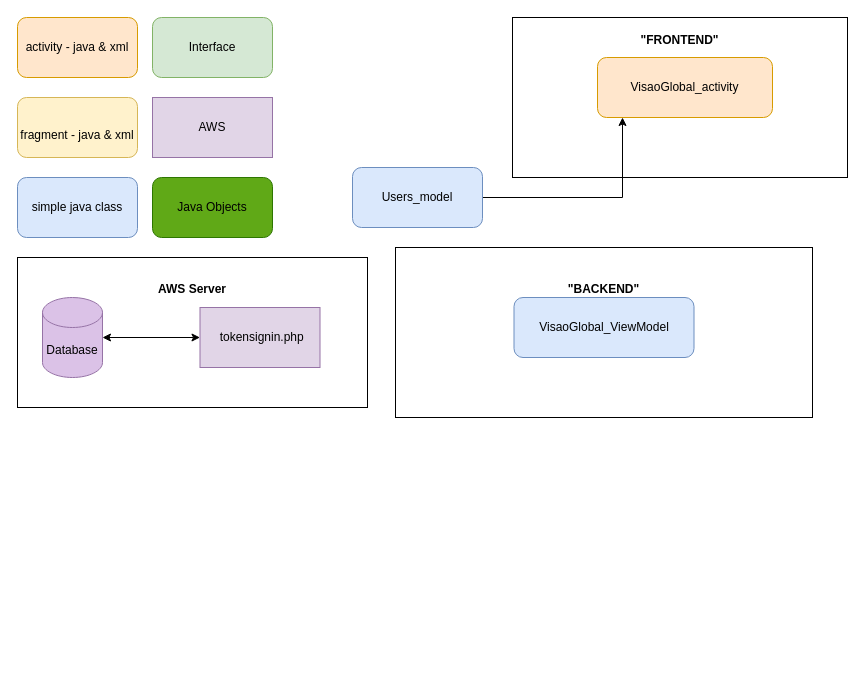
Earlier version of the draw.io diagram page "Overview" (2 of 10) of Untitled Diagram.drawio (BenBladow/rw_android_uml). Source tidied: cells renumbered, new cells numbered last; positions are measured from the earlier drawing's top-left corner, leaving out a move shared by most shapes. Both pictures are drawn from the tidied source at 100%, with x=0, y=0 at pixel (17, 17).
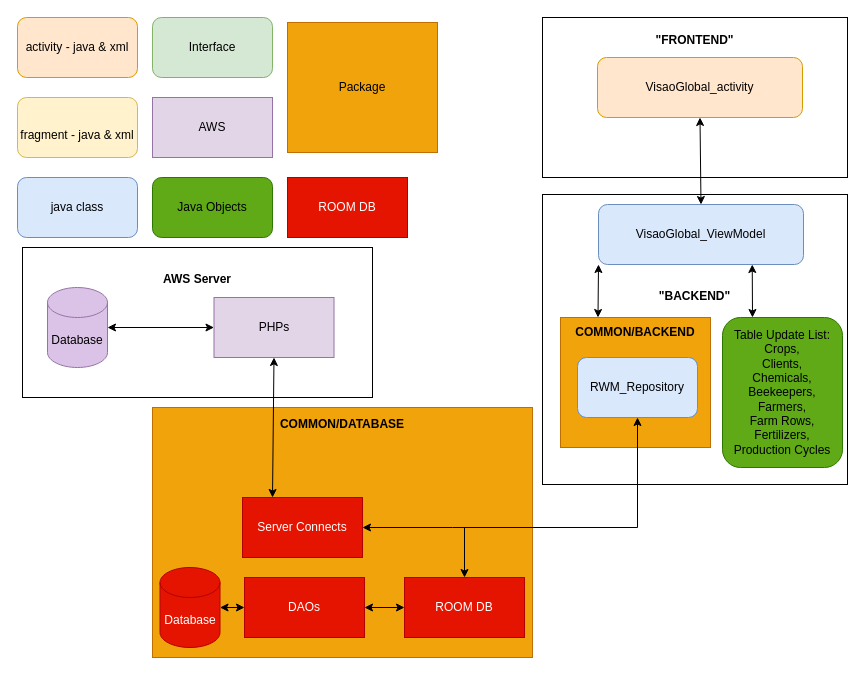
After the change.

Commit message:
22JAN2024 Ben: Added Visao Global UML

What changed in the source:
```diff
@@
     <mxCell id="2" value="&lt;div&gt;&lt;b&gt;&quot;FRONTEND&quot;&lt;/b&gt;&lt;/div&gt;&lt;div&gt;&lt;b&gt;&lt;br&gt;&lt;/b&gt;&lt;/div&gt;&lt;div&gt;&lt;b&gt;&lt;br&gt;&lt;/b&gt;&lt;/div&gt;&lt;div&gt;&lt;b&gt;&lt;br&gt;&lt;/b&gt;&lt;/div&gt;&lt;div&gt;&lt;b&gt;&lt;br&gt;&lt;/b&gt;&lt;/div&gt;&lt;div&gt;&lt;b&gt;&lt;br&gt;&lt;/b&gt;&lt;/div&gt;&lt;div&gt;&lt;b&gt;&lt;br&gt;&lt;/b&gt;&lt;/div&gt;&lt;div&gt;&lt;b&gt;&lt;br&gt;&lt;/b&gt;&lt;/div&gt;&lt;div&gt;&lt;b&gt;&lt;br&gt;&lt;/b&gt;&lt;/div&gt;" style="rounded=0;whiteSpace=wrap;html=1;" parent="1" vertex="1">
-      <mxGeometry x="495" width="335" height="160" as="geometry" />
+      <mxGeometry x="525" width="305" height="160" as="geometry" />
     </mxCell>
     <mxCell id="3" value="&lt;b&gt;&quot;BACKEND&quot;&lt;br&gt;&lt;/b&gt;&lt;div&gt;&lt;b&gt;&lt;br&gt;&lt;/b&gt;&lt;/div&gt;&lt;div&gt;&lt;b&gt;&lt;br&gt;&lt;/b&gt;&lt;/div&gt;&lt;div&gt;&lt;b&gt;&lt;br&gt;&lt;/b&gt;&lt;/div&gt;&lt;div&gt;&lt;b&gt;&lt;br&gt;&lt;/b&gt;&lt;/div&gt;&lt;div&gt;&lt;b&gt;&lt;br&gt;&lt;/b&gt;&lt;/div&gt;&lt;div&gt;&lt;b&gt;&lt;br&gt;&lt;/b&gt;&lt;/div&gt;" style="rounded=0;whiteSpace=wrap;html=1;" parent="1" vertex="1">
-      <mxGeometry x="378" y="230" width="417" height="170" as="geometry" />
+      <mxGeometry x="525" y="177" width="305" height="290" as="geometry" />
     </mxCell>
     <mxCell id="4" value="&lt;div&gt;&lt;b&gt;AWS Server&lt;/b&gt;&lt;/div&gt;&lt;div&gt;&lt;b&gt;&lt;br&gt;&lt;/b&gt;&lt;/div&gt;&lt;div&gt;&lt;b&gt;&lt;br&gt;&lt;/b&gt;&lt;/div&gt;&lt;div&gt;&lt;b&gt;&lt;br&gt;&lt;/b&gt;&lt;/div&gt;&lt;div&gt;&lt;b&gt;&lt;br&gt;&lt;/b&gt;&lt;/div&gt;&lt;div&gt;&lt;b&gt;&lt;br&gt;&lt;/b&gt;&lt;/div&gt;&lt;div&gt;&lt;b&gt;&lt;br&gt;&lt;/b&gt;&lt;/div&gt;" style="rounded=0;whiteSpace=wrap;html=1;" parent="1" vertex="1">
-      <mxGeometry y="240" width="350" height="150" as="geometry" />
+      <mxGeometry x="5" y="230" width="350" height="150" as="geometry" />
     </mxCell>
-    <mxCell id="5" style="edgeStyle=orthogonalEdgeStyle;rounded=0;jettySize=auto;html=1;exitX=1;exitY=0.5;exitDx=0;exitDy=0;" parent="1" edge="1" source="6" target="7">
-      <mxGeometry relative="1" as="geometry">
-        <Array as="points">
-          <mxPoint x="605" y="180" />
-        </Array>
-      </mxGeometry>
-    </mxCell>
-    <mxCell id="6" value="&lt;div&gt;Users_model&lt;/div&gt;" style="rounded=1;whiteSpace=wrap;html=1;fillColor=#dae8fc;strokeColor=#6c8ebf;" parent="1" vertex="1">
-      <mxGeometry x="335" y="150" width="130" height="60" as="geometry" />
-    </mxCell>
     <mxCell id="7" value="&lt;div&gt;VisaoGlobal_activity&lt;/div&gt;" style="rounded=1;whiteSpace=wrap;html=1;fillColor=#ffe6cc;strokeColor=#d79b00;" parent="1" vertex="1">
-      <mxGeometry x="580" y="40" width="175" height="60" as="geometry" />
+      <mxGeometry x="580" y="40" width="205" height="60" as="geometry" />
     </mxCell>
     <mxCell id="8" value="VisaoGlobal_ViewModel" style="rounded=1;whiteSpace=wrap;html=1;fillColor=#dae8fc;strokeColor=#6c8ebf;" parent="1" vertex="1">
-      <mxGeometry x="496.5" y="280" width="180" height="60" as="geometry" />
+      <mxGeometry x="581" y="187" width="205" height="60" as="geometry" />
     </mxCell>
-    <mxCell id="9" value="&amp;nbsp;tokensignin.php" style="rounded=0;whiteSpace=wrap;html=1;fillColor=#e1d5e7;strokeColor=#9673a6;" parent="1" vertex="1">
-      <mxGeometry x="182.5" y="290" width="120" height="60" as="geometry" />
+    <mxCell id="9" value="PHPs" style="rounded=0;whiteSpace=wrap;html=1;fillColor=#e1d5e7;strokeColor=#9673a6;" parent="1" vertex="1">
+      <mxGeometry x="196.5" y="280" width="120" height="60" as="geometry" />
     </mxCell>
@@
-    <mxCell id="12" value="simple java class" style="rounded=1;whiteSpace=wrap;html=1;fillColor=#dae8fc;strokeColor=#6c8ebf;" parent="1" vertex="1">
+    <mxCell id="12" value="java class" style="rounded=1;whiteSpace=wrap;html=1;fillColor=#dae8fc;strokeColor=#6c8ebf;" parent="1" vertex="1">
       <mxGeometry y="160" width="120" height="60" as="geometry" />
     </mxCell>
@@
     <mxCell id="15" value="Database" style="shape=cylinder3;whiteSpace=wrap;html=1;boundedLbl=1;backgroundOutline=1;size=15;fillColor=#DBC2E7;strokeColor=#9673a6;" parent="1" vertex="1">
-      <mxGeometry x="25" y="280" width="60" height="80" as="geometry" />
+      <mxGeometry x="30" y="270" width="60" height="80" as="geometry" />
     </mxCell>
@@
+    <mxCell id="18" value="&lt;div&gt;&lt;font color=&quot;#000000&quot;&gt;Table Update List:&lt;/font&gt;&lt;/div&gt;&lt;div&gt;&lt;font color=&quot;#000000&quot;&gt;Crops,&lt;/font&gt;&lt;/div&gt;&lt;div&gt;&lt;font color=&quot;#000000&quot;&gt;Clients,&lt;/font&gt;&lt;/div&gt;&lt;div&gt;&lt;font color=&quot;#000000&quot;&gt;Chemicals,&lt;/font&gt;&lt;/div&gt;&lt;div&gt;&lt;font color=&quot;#000000&quot;&gt;Beekeepers,&lt;/font&gt;&lt;/div&gt;&lt;div&gt;&lt;font color=&quot;#000000&quot;&gt;Farmers,&lt;/font&gt;&lt;/div&gt;&lt;div&gt;&lt;font color=&quot;#000000&quot;&gt;Farm Rows,&lt;/font&gt;&lt;/div&gt;&lt;div&gt;&lt;font color=&quot;#000000&quot;&gt;Fertilizers,&lt;/font&gt;&lt;/div&gt;&lt;div&gt;&lt;font color=&quot;#000000&quot;&gt;Production Cycles&lt;br&gt;&lt;/font&gt;&lt;/div&gt;" style="rounded=1;whiteSpace=wrap;html=1;fillColor=#60a917;strokeColor=#2D7600;fontColor=#ffffff;" parent="1" vertex="1">
+      <mxGeometry x="705" y="300" width="120" height="150" as="geometry" />
+    </mxCell>
+    <mxCell id="19" value="&lt;div&gt;&lt;b&gt;COMMON/DATABASE&lt;br&gt;&lt;/b&gt;&lt;/div&gt;&lt;div&gt;&lt;b&gt;&lt;br&gt;&lt;/b&gt;&lt;/div&gt;&lt;div&gt;&lt;b&gt;&lt;br&gt;&lt;/b&gt;&lt;/div&gt;&lt;div&gt;&lt;b&gt;&lt;br&gt;&lt;/b&gt;&lt;/div&gt;&lt;div&gt;&lt;b&gt;&lt;br&gt;&lt;/b&gt;&lt;/div&gt;&lt;div&gt;&lt;b&gt;&lt;br&gt;&lt;/b&gt;&lt;/div&gt;&lt;div&gt;&lt;b&gt;&lt;br&gt;&lt;/b&gt;&lt;/div&gt;&lt;div&gt;&lt;br&gt;&lt;/div&gt;&lt;div&gt;&lt;br&gt;&lt;/div&gt;&lt;div&gt;&lt;br&gt;&lt;/div&gt;&lt;div&gt;&lt;br&gt;&lt;/div&gt;&lt;div&gt;&lt;br&gt;&lt;/div&gt;&lt;div&gt;&lt;br&gt;&lt;/div&gt;&lt;div&gt;&lt;br&gt;&lt;/div&gt;&lt;div&gt;&lt;br&gt;&lt;/div&gt;&lt;div&gt;&lt;br&gt;&lt;/div&gt;" style="rounded=0;whiteSpace=wrap;html=1;fillColor=#f0a30a;strokeColor=#BD7000;fontColor=#000000;" parent="1" vertex="1">
+      <mxGeometry x="135" y="390" width="380" height="250" as="geometry" />
+    </mxCell>
+    <mxCell id="20" value="Package" style="rounded=0;whiteSpace=wrap;html=1;fillColor=#f0a30a;strokeColor=#BD7000;fontColor=#000000;" parent="1" vertex="1">
+      <mxGeometry x="270" y="5" width="150" height="130" as="geometry" />
+    </mxCell>
+    <mxCell id="21" value="Database" style="shape=cylinder3;whiteSpace=wrap;html=1;boundedLbl=1;backgroundOutline=1;size=15;fillColor=#e51400;strokeColor=#B20000;fontColor=#ffffff;" parent="1" vertex="1">
+      <mxGeometry x="142.5" y="550" width="60" height="80" as="geometry" />
+    </mxCell>
+    <mxCell id="22" value="ROOM DB" style="rounded=0;whiteSpace=wrap;html=1;fillColor=#e51400;strokeColor=#B20000;fontColor=#ffffff;" parent="1" vertex="1">
+      <mxGeometry x="270" y="160" width="120" height="60" as="geometry" />
+    </mxCell>
+    <mxCell id="23" value="DAOs" style="rounded=0;whiteSpace=wrap;html=1;fillColor=#e51400;strokeColor=#B20000;fontColor=#ffffff;" parent="1" vertex="1">
+      <mxGeometry x="227" y="560" width="120" height="60" as="geometry" />
+    </mxCell>
+    <mxCell id="24" value="ROOM DB" style="rounded=0;whiteSpace=wrap;html=1;fillColor=#e51400;strokeColor=#B20000;fontColor=#ffffff;" parent="1" vertex="1">
+      <mxGeometry x="387" y="560" width="120" height="60" as="geometry" />
+    </mxCell>
+    <mxCell id="25" value="Server Connects" style="rounded=0;whiteSpace=wrap;html=1;fillColor=#e51400;strokeColor=#B20000;fontColor=#ffffff;" parent="1" vertex="1">
+      <mxGeometry x="225" y="480" width="120" height="60" as="geometry" />
+    </mxCell>
+    <mxCell id="26" value="&lt;div&gt;&lt;b&gt;COMMON/BACKEND&lt;/b&gt;&lt;/div&gt;&lt;div&gt;&lt;b&gt;&lt;br&gt;&lt;/b&gt;&lt;/div&gt;&lt;div&gt;&lt;b&gt;&lt;br&gt;&lt;/b&gt;&lt;/div&gt;&lt;div&gt;&lt;b&gt;&lt;br&gt;&lt;/b&gt;&lt;/div&gt;&lt;div&gt;&lt;b&gt;&lt;br&gt;&lt;/b&gt;&lt;/div&gt;&lt;div&gt;&lt;b&gt;&lt;br&gt;&lt;/b&gt;&lt;/div&gt;&lt;div&gt;&lt;b&gt;&lt;br&gt;&lt;/b&gt;&lt;/div&gt;&lt;div&gt;&lt;b&gt;&lt;br&gt;&lt;/b&gt;&lt;/div&gt;" style="rounded=0;whiteSpace=wrap;html=1;fillColor=#f0a30a;strokeColor=#BD7000;fontColor=#000000;" parent="1" vertex="1">
+      <mxGeometry x="543" y="300" width="150" height="130" as="geometry" />
+    </mxCell>
+    <mxCell id="27" value="RWM_Repository" style="rounded=1;whiteSpace=wrap;html=1;fillColor=#dae8fc;strokeColor=#6c8ebf;" parent="1" vertex="1">
+      <mxGeometry x="560" y="340" width="120" height="60" as="geometry" />
+    </mxCell>
+    <mxCell id="28" style="endArrow=classic;startArrow=classic;html=1;rounded=0;entryX=0.5;entryY=1;entryDx=0;entryDy=0;exitX=1;exitY=0.5;exitDx=0;exitDy=0;" parent="1" edge="1" source="25" target="27">
+      <mxGeometry relative="1" as="geometry">
+        <Array as="points">
+          <mxPoint x="435" y="510" />
+          <mxPoint x="620" y="510" />
+        </Array>
+      </mxGeometry>
+    </mxCell>
+    <mxCell id="29" style="endArrow=classic;html=1;rounded=0;entryX=0.5;entryY=0;entryDx=0;entryDy=0;" parent="1" edge="1" target="24">
+      <mxGeometry relative="1" as="geometry">
+        <mxPoint x="447" y="510" as="sourcePoint" />
+      </mxGeometry>
+    </mxCell>
+    <mxCell id="30" style="endArrow=classic;startArrow=classic;html=1;rounded=0;exitX=0.5;exitY=1;exitDx=0;exitDy=0;entryX=0.25;entryY=0;entryDx=0;entryDy=0;" parent="1" edge="1" source="9" target="25">
+      <mxGeometry relative="1" as="geometry" />
+    </mxCell>
+    <mxCell id="31" style="endArrow=classic;startArrow=classic;html=1;rounded=0;exitX=1;exitY=0.5;exitDx=0;exitDy=0;entryX=0;entryY=0.5;entryDx=0;entryDy=0;" parent="1" edge="1" source="23" target="24">
+      <mxGeometry relative="1" as="geometry" />
+    </mxCell>
+    <mxCell id="32" style="endArrow=classic;startArrow=classic;html=1;rounded=0;exitX=1;exitY=0.5;exitDx=0;exitDy=0;exitPerimeter=0;entryX=0;entryY=0.5;entryDx=0;entryDy=0;" parent="1" edge="1" source="21" target="23">
+      <mxGeometry relative="1" as="geometry" />
+    </mxCell>
+    <mxCell id="33" style="endArrow=classic;startArrow=classic;html=1;rounded=0;exitX=0.25;exitY=0;exitDx=0;exitDy=0;entryX=0.75;entryY=1;entryDx=0;entryDy=0;" parent="1" edge="1" source="18" target="8">
+      <mxGeometry relative="1" as="geometry" />
+    </mxCell>
+    <mxCell id="34" style="endArrow=classic;startArrow=classic;html=1;rounded=0;exitX=0.25;exitY=0;exitDx=0;exitDy=0;entryX=0;entryY=1;entryDx=0;entryDy=0;" parent="1" edge="1" source="26" target="8">
+      <mxGeometry relative="1" as="geometry" />
+    </mxCell>
+    <mxCell id="35" style="endArrow=classic;startArrow=classic;html=1;rounded=0;entryX=0.5;entryY=1;entryDx=0;entryDy=0;exitX=0.5;exitY=0;exitDx=0;exitDy=0;" parent="1" edge="1" source="8" target="7">
+      <mxGeometry relative="1" as="geometry" />
+    </mxCell>
```
